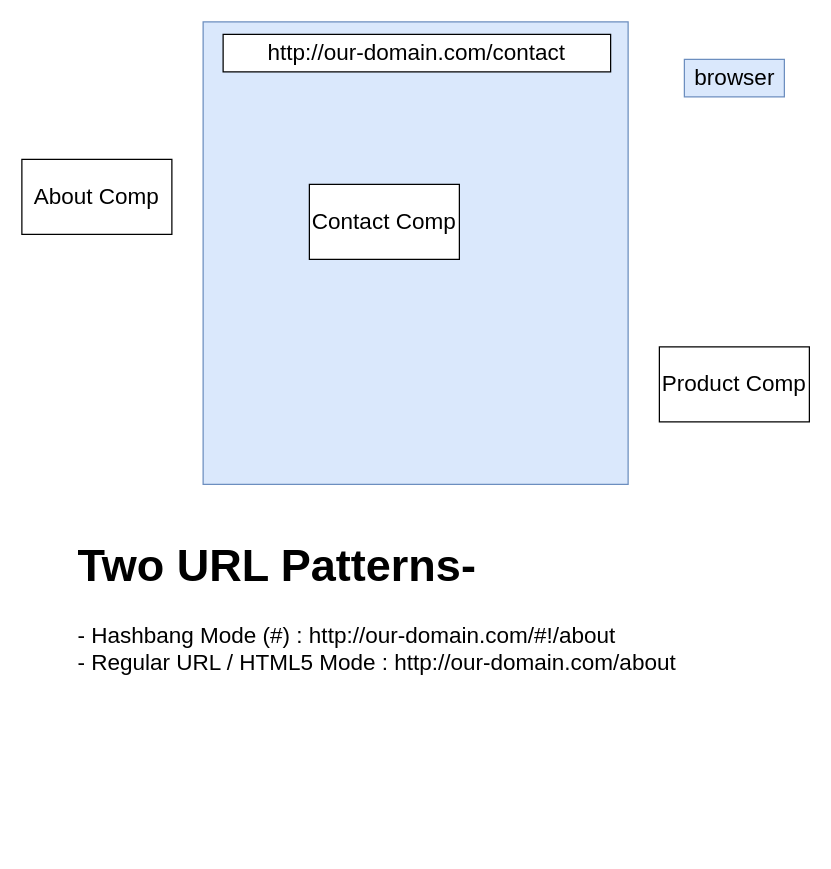
Above: page "Page-11" (11 of 11) of diagrams.drawio in synergy2411/ericsson-nov21-b1 (draw.io), before the change. Source tidied: cells renumbered, new cells numbered last; positions are measured from the earlier drawing's top-left corner, leaving out a move shared by most shapes. Both pictures are drawn from the tidied source at 125%, with x=0, y=0 at pixel (21, 21).
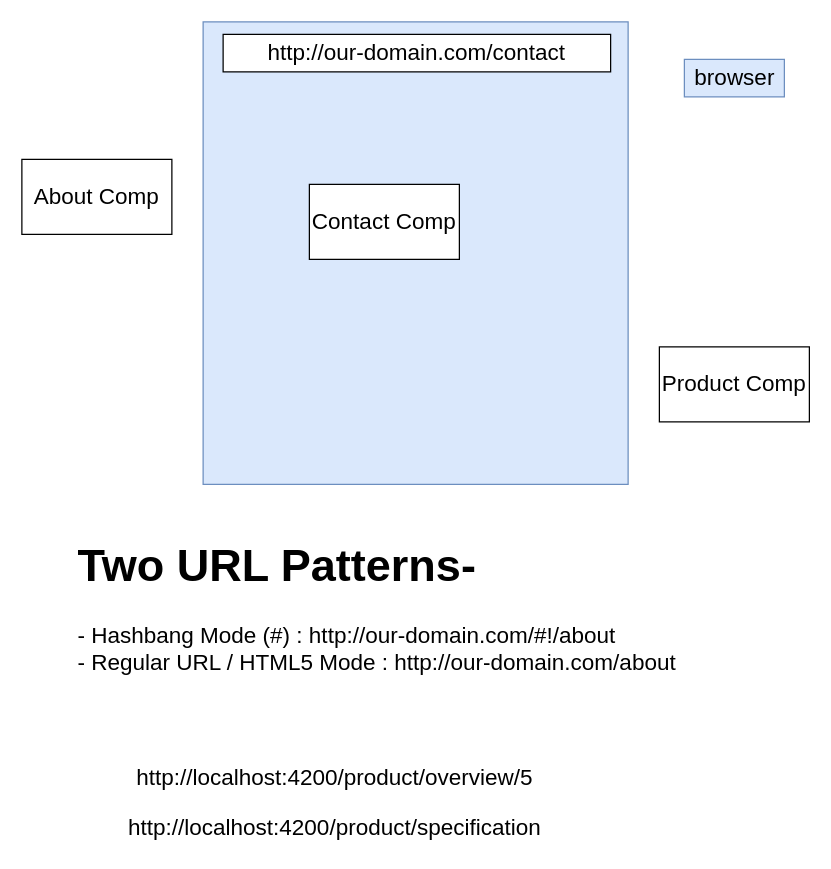
The same page after the edit.

What changed in the source:
```diff
@@
 <mxGraphModel>
   <root>
     <mxCell id="0" />
     <mxCell id="1" parent="0" />
     <mxCell id="2" style="rounded=0;whiteSpace=wrap;html=1;fontSize=18;fillColor=#dae8fc;strokeColor=#6c8ebf;" parent="1" vertex="1">
       <mxGeometry x="145" width="340" height="370" as="geometry" />
     </mxCell>
     <mxCell id="3" value="browser" style="text;html=1;align=center;verticalAlign=middle;strokeColor=#6c8ebf;fillColor=#dae8fc;fontSize=18;" parent="1" vertex="1">
       <mxGeometry x="530" y="30" width="80" height="30" as="geometry" />
     </mxCell>
     <mxCell id="4" value="http://our-domain.com/contact" style="rounded=0;whiteSpace=wrap;html=1;fontSize=18;" parent="1" vertex="1">
       <mxGeometry x="161" y="10" width="310" height="30" as="geometry" />
     </mxCell>
     <mxCell id="5" value="&lt;h1&gt;Two URL Patterns-&lt;/h1&gt;&lt;div&gt;- Hashbang Mode (#) : http://our-domain.com/#!/about&amp;nbsp;&lt;/div&gt;&lt;div&gt;- Regular URL / HTML5 Mode : http://our-domain.com/about&lt;/div&gt;" style="text;html=1;strokeColor=none;fillColor=none;spacing=5;spacingTop=-20;whiteSpace=wrap;overflow=hidden;rounded=0;fontSize=18;" parent="1" vertex="1">
       <mxGeometry x="40" y="400" width="560" height="150" as="geometry" />
     </mxCell>
     <mxCell id="6" value="About Comp" style="rounded=0;whiteSpace=wrap;html=1;fontSize=18;" parent="1" vertex="1">
       <mxGeometry y="110" width="120" height="60" as="geometry" />
     </mxCell>
     <mxCell id="7" value="Contact Comp" style="rounded=0;whiteSpace=wrap;html=1;fontSize=18;" parent="1" vertex="1">
       <mxGeometry x="230" y="130" width="120" height="60" as="geometry" />
     </mxCell>
     <mxCell id="8" value="Product Comp" style="rounded=0;whiteSpace=wrap;html=1;fontSize=18;" parent="1" vertex="1">
       <mxGeometry x="510" y="260" width="120" height="60" as="geometry" />
     </mxCell>
+    <mxCell id="9" value="http://localhost:4200/product/overview/5" style="text;html=1;align=center;verticalAlign=middle;strokeColor=none;fillColor=none;fontSize=18;" parent="1" vertex="1">
+      <mxGeometry x="85" y="590" width="330" height="30" as="geometry" />
+    </mxCell>
+    <mxCell id="10" value="http://localhost:4200/product/specification" style="text;html=1;align=center;verticalAlign=middle;strokeColor=none;fillColor=none;fontSize=18;" parent="1" vertex="1">
+      <mxGeometry x="75" y="630" width="350" height="30" as="geometry" />
+    </mxCell>
   </root>
 </mxGraphModel>
```
